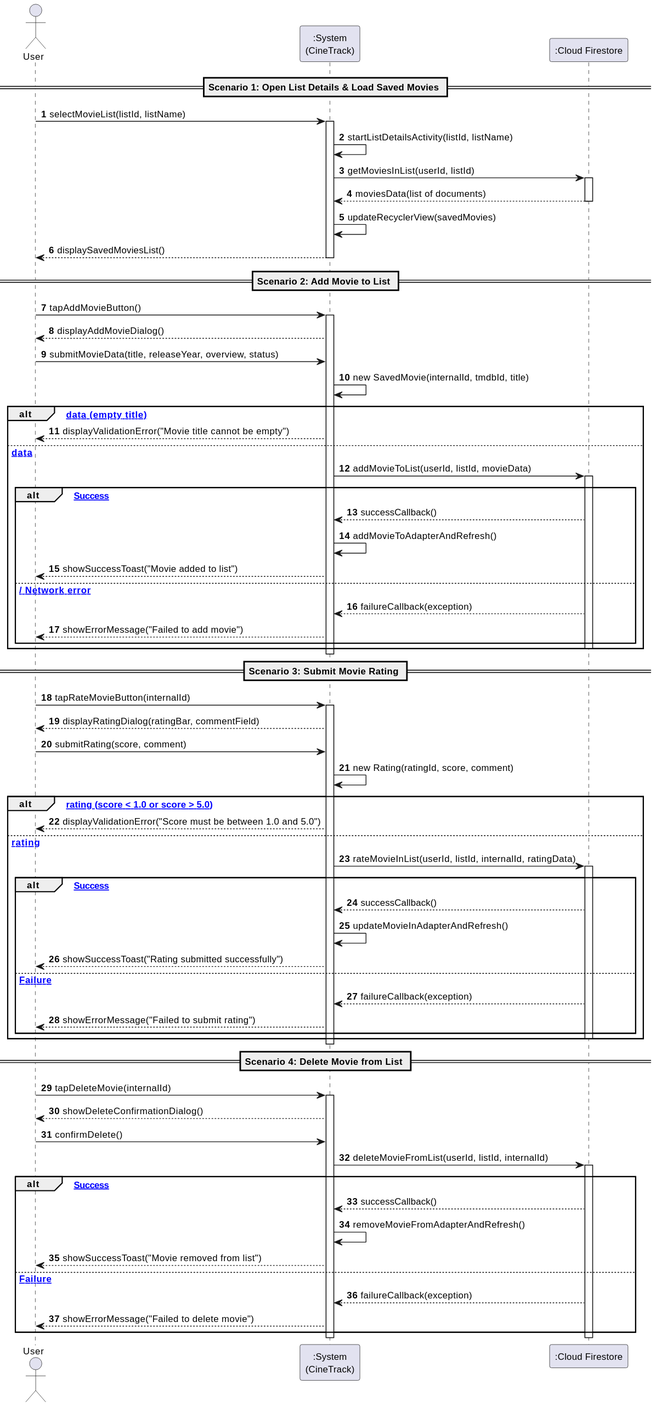
The PlantUML diagram docs/Use Cases/US3/svg/ssd_us3_add_movies_and_ratings.svg in Andre-1240567/DSSMV_ProjectDroid_1240567_1241013, before a commit. Source of this version:
```plantuml
@startuml
skinparam handwritten false
skinparam monochrome false
skinparam shadowing false
skinparam defaultFontName "Helvetica, Arial, sans-serif"
skinparam defaultFontSize 12

actor "User" as User
participant ":System\n(CineTrack)" as System
participant ":Cloud Firestore" as Firestore

autonumber

== Scenario 1: Open List Details & Load Saved Movies ==

User -> System : selectMovieList(listId, listName)
activate System

System -> System : startListDetailsActivity(listId, listName)
System -> Firestore : getMoviesInList(userId, listId)
activate Firestore
Firestore --> System : moviesData(list of documents)
deactivate Firestore

System -> System : updateRecyclerView(savedMovies)
System --> User : displaySavedMoviesList()
deactivate System

== Scenario 2: Add Movie to List ==

User -> System : tapAddMovieButton()
activate System
System --> User : displayAddMovieDialog()

User -> System : submitMovieData(title, releaseYear, overview, status)
System -> System : new SavedMovie(internalId, tmdbId, title)

alt [Invalid data (empty title)]
    System --> User : displayValidationError("Movie title cannot be empty")
else [Valid data]
    System -> Firestore : addMovieToList(userId, listId, movieData)
    activate Firestore

    alt [Success]
        Firestore --> System : successCallback()
        System -> System : addMovieToAdapterAndRefresh()
        System --> User : showSuccessToast("Movie added to list")
    else [Failure / Network error]
        Firestore --> System : failureCallback(exception)
        System --> User : showErrorMessage("Failed to add movie")
    end
    deactivate Firestore
end
deactivate System

== Scenario 3: Submit Movie Rating ==

User -> System : tapRateMovieButton(internalId)
activate System
System --> User : displayRatingDialog(ratingBar, commentField)

User -> System : submitRating(score, comment)
System -> System : new Rating(ratingId, score, comment)

alt [Invalid rating (score < 1.0 or score > 5.0)]
    System --> User : displayValidationError("Score must be between 1.0 and 5.0")
else [Valid rating]
    System -> Firestore : rateMovieInList(userId, listId, internalId, ratingData)
    activate Firestore

    alt [Success]
        Firestore --> System : successCallback()
        System -> System : updateMovieInAdapterAndRefresh()
        System --> User : showSuccessToast("Rating submitted successfully")
    else [Failure]
        Firestore --> System : failureCallback(exception)
        System --> User : showErrorMessage("Failed to submit rating")
    end
    deactivate Firestore
end
deactivate System

== Scenario 4: Delete Movie from List ==

User -> System : tapDeleteMovie(internalId)
activate System
System --> User : showDeleteConfirmationDialog()

User -> System : confirmDelete()
System -> Firestore : deleteMovieFromList(userId, listId, internalId)
activate Firestore

alt [Success]
    Firestore --> System : successCallback()
    System -> System : removeMovieFromAdapterAndRefresh()
    System --> User : showSuccessToast("Movie removed from list")
else [Failure]
    Firestore --> System : failureCallback(exception)
    System --> User : showErrorMessage("Failed to delete movie")
end
deactivate Firestore

deactivate System
@enduml
```
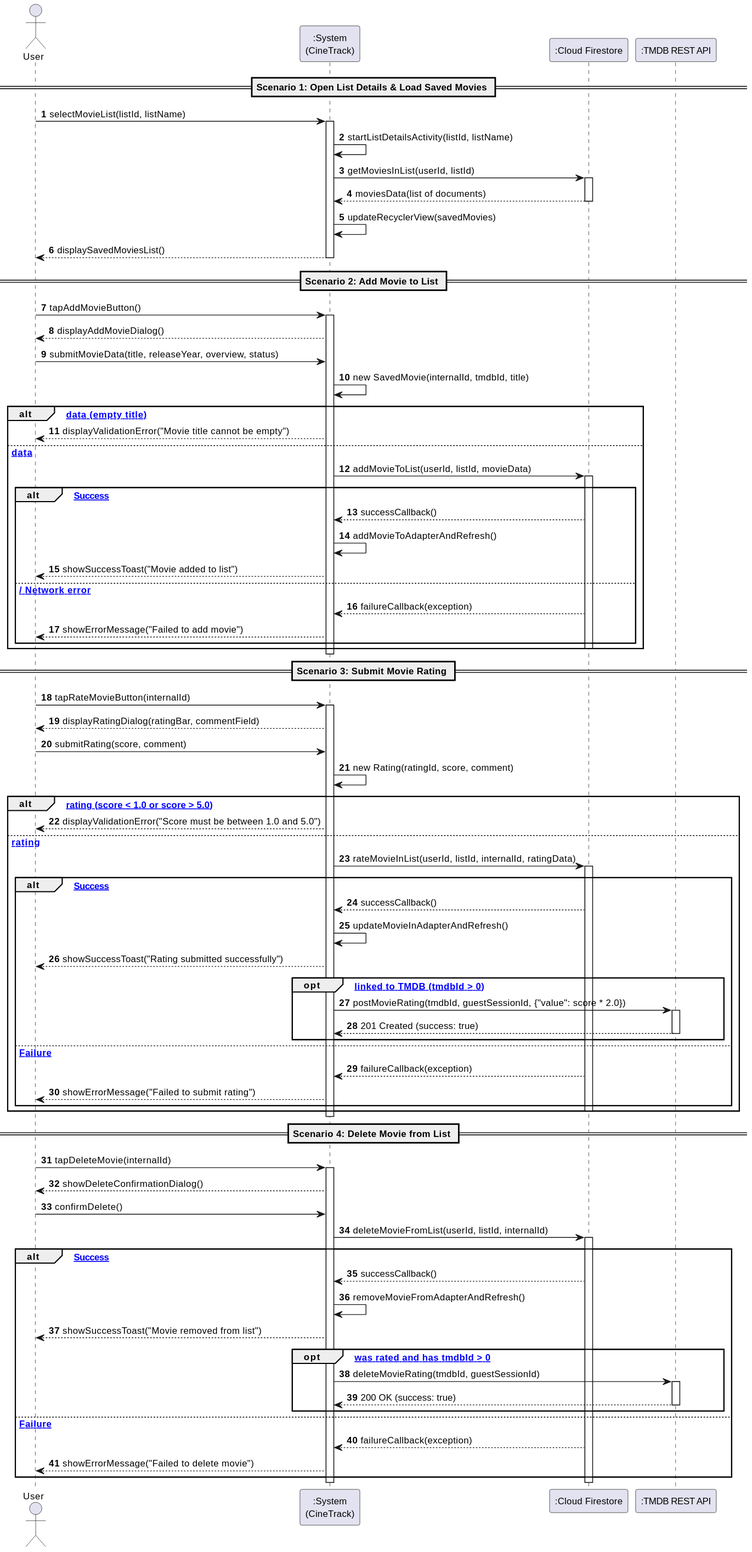
Above is the later version.

Change to the diagram source:
```diff
@@ -8,6 +8,7 @@
 actor "User" as User
 participant ":System\n(CineTrack)" as System
 participant ":Cloud Firestore" as Firestore
+participant ":TMDB REST API" as TMDB
 
 autonumber
 
@@ -72,6 +73,13 @@
         Firestore --> System : successCallback()
         System -> System : updateMovieInAdapterAndRefresh()
         System --> User : showSuccessToast("Rating submitted successfully")
+
+        opt [movie linked to TMDB (tmdbId > 0)]
+            System -> TMDB : postMovieRating(tmdbId, guestSessionId, {"value": score * 2.0})
+            activate TMDB
+            TMDB --> System : 201 Created (success: true)
+            deactivate TMDB
+        end
     else [Failure]
         Firestore --> System : failureCallback(exception)
         System --> User : showErrorMessage("Failed to submit rating")
@@ -94,6 +102,13 @@
     Firestore --> System : successCallback()
     System -> System : removeMovieFromAdapterAndRefresh()
     System --> User : showSuccessToast("Movie removed from list")
+
+    opt [movie was rated and has tmdbId > 0]
+        System -> TMDB : deleteMovieRating(tmdbId, guestSessionId)
+        activate TMDB
+        TMDB --> System : 200 OK (success: true)
+        deactivate TMDB
+    end
 else [Failure]
     Firestore --> System : failureCallback(exception)
     System --> User : showErrorMessage("Failed to delete movie")
```
